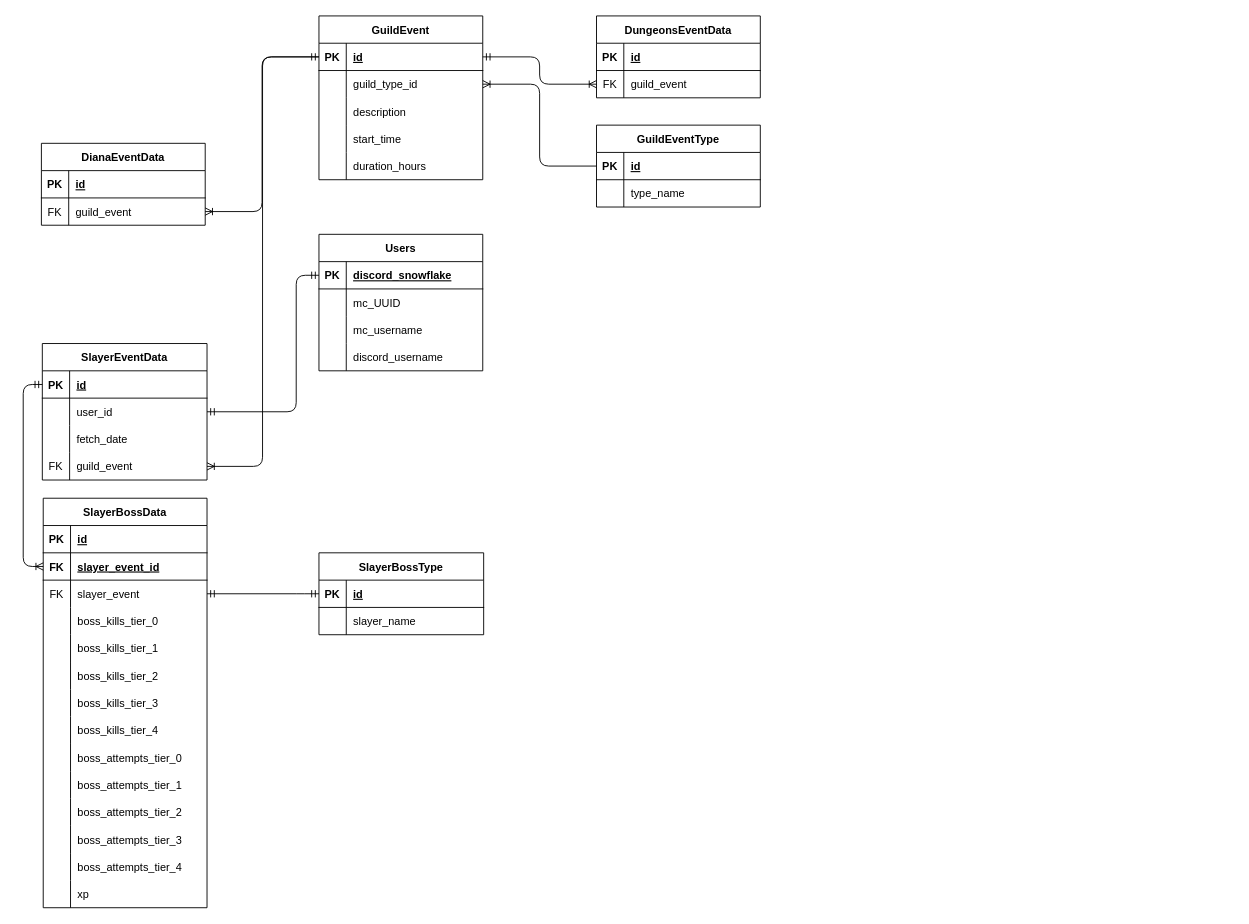
Above: documentation/er.drawio in ItsLukV/Guild-bot (draw.io), before the change. Source tidied: cells renumbered, new cells numbered last; positions are measured from the earlier drawing's top-left corner, leaving out a move shared by most shapes. Both pictures are drawn from the tidied source at 91%, with x=0, y=0 at pixel (23, 15).
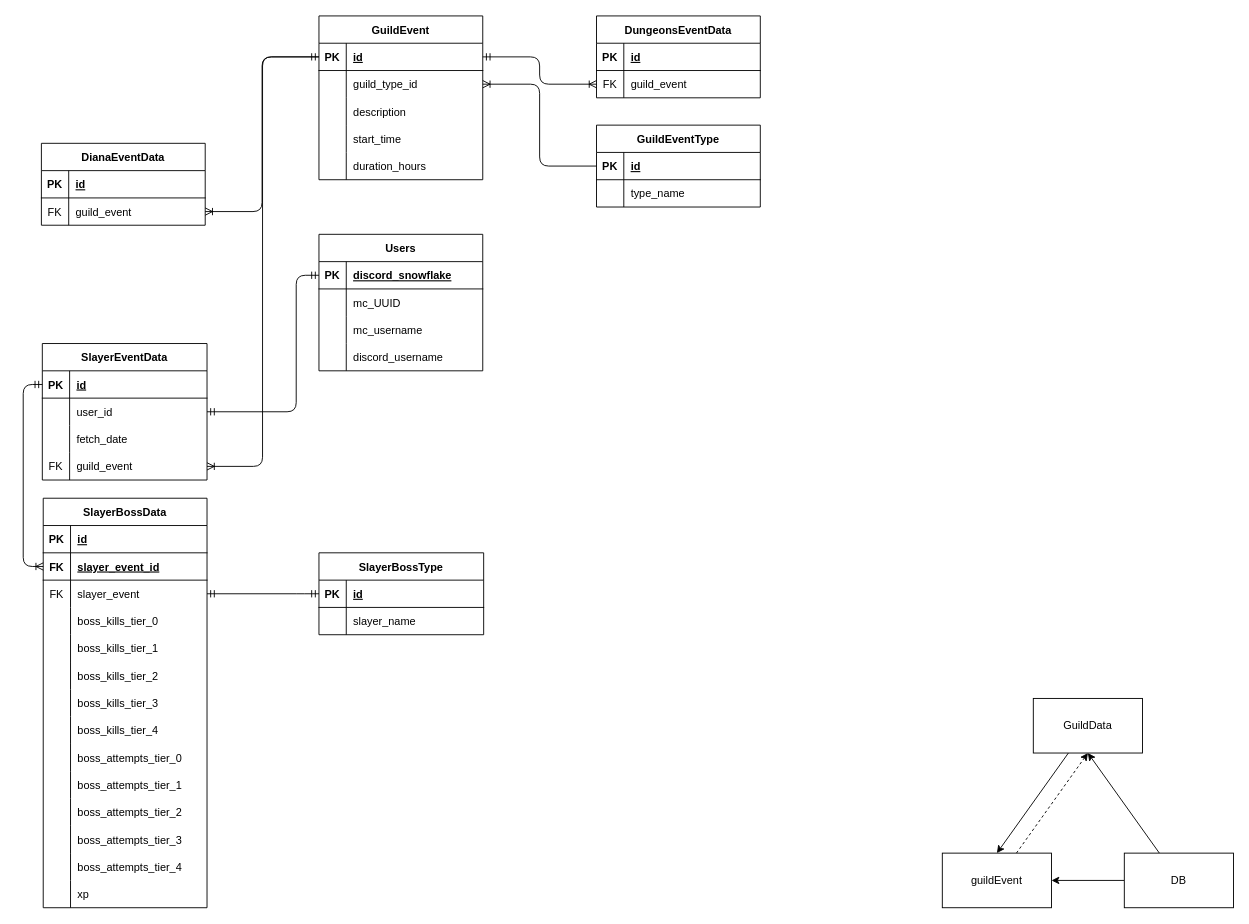
After the change.

What changed in the source:
```diff
@@
+    <mxCell id="122" style="edgeStyle=none;html=1;entryX=0.5;entryY=0;entryDx=0;entryDy=0;" parent="1" edge="1" source="123" target="128">
+      <mxGeometry relative="1" as="geometry" />
+    </mxCell>
+    <mxCell id="123" value="GuildData" style="rounded=0;whiteSpace=wrap;html=1;" parent="1" vertex="1">
+      <mxGeometry x="1110" y="750" width="120" height="60" as="geometry" />
+    </mxCell>
+    <mxCell id="124" style="edgeStyle=none;html=1;entryX=0.5;entryY=1;entryDx=0;entryDy=0;" parent="1" edge="1" source="126" target="123">
+      <mxGeometry relative="1" as="geometry" />
+    </mxCell>
+    <mxCell id="125" style="edgeStyle=none;html=1;entryX=1;entryY=0.5;entryDx=0;entryDy=0;" parent="1" edge="1" source="126" target="128">
+      <mxGeometry relative="1" as="geometry" />
+    </mxCell>
+    <mxCell id="126" value="DB" style="rounded=0;whiteSpace=wrap;html=1;" parent="1" vertex="1">
+      <mxGeometry x="1210" y="920" width="120" height="60" as="geometry" />
+    </mxCell>
+    <mxCell id="127" style="edgeStyle=none;html=1;entryX=0.5;entryY=1;entryDx=0;entryDy=0;dashed=1;" parent="1" edge="1" source="128" target="123">
+      <mxGeometry relative="1" as="geometry" />
+    </mxCell>
+    <mxCell id="128" value="guildEvent" style="rounded=0;whiteSpace=wrap;html=1;" parent="1" vertex="1">
+      <mxGeometry x="1010" y="920" width="120" height="60" as="geometry" />
+    </mxCell>
```
